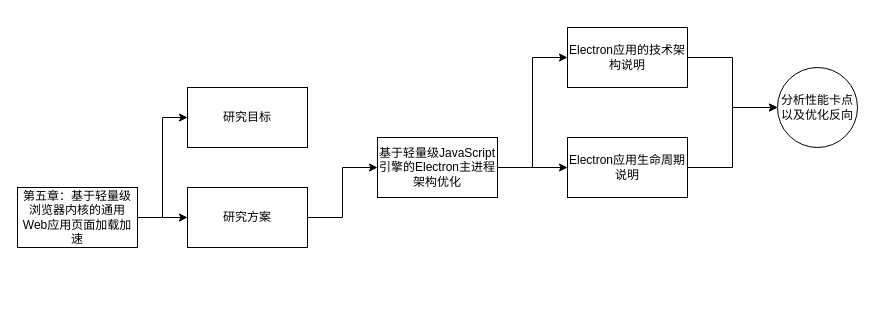
This is 未命名绘图.drawio from yuhaishenedc/drawio, a draw.io file, before an edit. Source tidied: cells renumbered, new cells numbered last; positions are measured from the earlier drawing's top-left corner, leaving out a move shared by most shapes. Both pictures are drawn from the tidied source at 100%, with x=0, y=0 at pixel (17, 27).
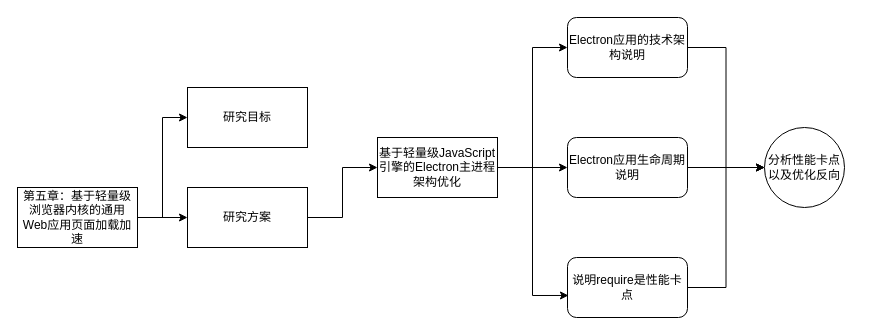
After the change.

Commit message:
更新未命名绘图.drawio

The edit, as a diff of the source:
```diff
@@
 <mxGraphModel>
   <root>
     <mxCell id="0" />
     <mxCell id="1" parent="0" />
     <mxCell id="2" style="edgeStyle=orthogonalEdgeStyle;rounded=0;jettySize=auto;html=1;exitX=1;exitY=0.5;exitDx=0;exitDy=0;" parent="1" edge="1" source="4" target="7">
       <mxGeometry relative="1" as="geometry" />
     </mxCell>
     <mxCell id="3" style="edgeStyle=orthogonalEdgeStyle;rounded=0;jettySize=auto;html=1;exitX=1;exitY=0.5;exitDx=0;exitDy=0;entryX=0;entryY=0.5;entryDx=0;entryDy=0;" parent="1" edge="1" source="4" target="5">
       <mxGeometry relative="1" as="geometry" />
     </mxCell>
     <mxCell id="4" value="第五章：基于轻量级浏览器内核的通用Web应用页面加载加速" style="rounded=0;whiteSpace=wrap;html=1;" parent="1" vertex="1">
       <mxGeometry y="160" width="120" height="60" as="geometry" />
     </mxCell>
     <mxCell id="5" value="研究目标" style="rounded=0;whiteSpace=wrap;html=1;" parent="1" vertex="1">
       <mxGeometry x="170" y="60" width="120" height="60" as="geometry" />
     </mxCell>
     <mxCell id="6" style="edgeStyle=orthogonalEdgeStyle;rounded=0;jettySize=auto;html=1;exitX=1;exitY=0.5;exitDx=0;exitDy=0;entryX=0;entryY=0.5;entryDx=0;entryDy=0;" parent="1" edge="1" source="7" target="10">
       <mxGeometry relative="1" as="geometry" />
     </mxCell>
     <mxCell id="7" value="研究方案" style="rounded=0;whiteSpace=wrap;html=1;" parent="1" vertex="1">
       <mxGeometry x="170" y="160" width="120" height="60" as="geometry" />
     </mxCell>
-    <mxCell id="8" style="edgeStyle=orthogonalEdgeStyle;rounded=0;jettySize=auto;html=1;exitX=1;exitY=0.5;exitDx=0;exitDy=0;entryX=0;entryY=0.5;entryDx=0;entryDy=0;" parent="1" edge="1" source="10" target="12">
+    <mxCell id="8" style="edgeStyle=orthogonalEdgeStyle;rounded=0;jettySize=auto;html=1;entryX=0;entryY=0.5;entryDx=0;entryDy=0;" parent="1" edge="1" source="10" target="12">
       <mxGeometry relative="1" as="geometry" />
     </mxCell>
-    <mxCell id="9" style="edgeStyle=orthogonalEdgeStyle;rounded=0;jettySize=auto;html=1;entryX=0;entryY=0.5;entryDx=0;entryDy=0;" parent="1" edge="1" source="10" target="14">
+    <mxCell id="9" style="edgeStyle=orthogonalEdgeStyle;rounded=0;jettySize=auto;html=1;" parent="1" edge="1" source="10" target="14">
       <mxGeometry relative="1" as="geometry" />
     </mxCell>
     <mxCell id="10" value="基于轻量级JavaScript引擎的Electron主进程架构优化" style="rounded=0;whiteSpace=wrap;html=1;" parent="1" vertex="1">
       <mxGeometry x="360" y="110" width="120" height="60" as="geometry" />
     </mxCell>
+    <mxCell id="15" value="分析性能卡点以及优化反向" style="ellipse;whiteSpace=wrap;html=1;" parent="1" vertex="1">
+      <mxGeometry x="747" y="100" width="80" height="80" as="geometry" />
+    </mxCell>
-    <mxCell id="11" style="edgeStyle=orthogonalEdgeStyle;rounded=0;jettySize=auto;html=1;exitX=1;exitY=0.5;exitDx=0;exitDy=0;" parent="1" edge="1" source="12" target="15">
+    <mxCell id="11" style="edgeStyle=orthogonalEdgeStyle;rounded=0;jettySize=auto;html=1;entryX=0;entryY=0.5;entryDx=0;entryDy=0;" parent="1" edge="1" source="12" target="15">
       <mxGeometry relative="1" as="geometry" />
     </mxCell>
-    <mxCell id="12" value="Electron应用的技术架构说明" style="rounded=0;whiteSpace=wrap;html=1;" parent="1" vertex="1">
-      <mxGeometry x="550" width="120" height="60" as="geometry" />
+    <mxCell id="12" value="Electron应用的技术架构说明" style="rounded=1;whiteSpace=wrap;html=1;" parent="1" vertex="1">
+      <mxGeometry x="550" y="-10" width="120" height="60" as="geometry" />
     </mxCell>
-    <mxCell id="13" style="edgeStyle=orthogonalEdgeStyle;rounded=0;jettySize=auto;html=1;exitX=1;exitY=0.5;exitDx=0;exitDy=0;entryX=0;entryY=0.5;entryDx=0;entryDy=0;" parent="1" edge="1" source="14" target="15">
+    <mxCell id="13" style="edgeStyle=orthogonalEdgeStyle;rounded=0;jettySize=auto;html=1;exitX=1;exitY=0.5;exitDx=0;exitDy=0;" parent="1" edge="1" source="14" target="15">
       <mxGeometry relative="1" as="geometry" />
     </mxCell>
-    <mxCell id="14" value="Electron应用生命周期说明" style="rounded=0;whiteSpace=wrap;html=1;" parent="1" vertex="1">
+    <mxCell id="14" value="Electron应用生命周期说明" style="rounded=1;whiteSpace=wrap;html=1;" parent="1" vertex="1">
       <mxGeometry x="550" y="110" width="120" height="60" as="geometry" />
     </mxCell>
-    <mxCell id="15" value="分析性能卡点以及优化反向" style="ellipse;whiteSpace=wrap;html=1;" parent="1" vertex="1">
-      <mxGeometry x="760" y="40" width="80" height="80" as="geometry" />
-    </mxCell>
+    <mxCell id="16" style="edgeStyle=orthogonalEdgeStyle;rounded=0;jettySize=auto;html=1;entryX=0;entryY=0.5;entryDx=0;entryDy=0;" parent="1" edge="1" source="17" target="15">
+      <mxGeometry relative="1" as="geometry" />
+    </mxCell>
+    <mxCell id="17" value="说明require是性能卡点" style="rounded=1;whiteSpace=wrap;html=1;" parent="1" vertex="1">
+      <mxGeometry x="550" y="230" width="120" height="60" as="geometry" />
+    </mxCell>
+    <mxCell id="18" style="edgeStyle=orthogonalEdgeStyle;rounded=0;jettySize=auto;html=1;exitX=1;exitY=0.5;exitDx=0;exitDy=0;entryX=0.008;entryY=0.633;entryDx=0;entryDy=0;entryPerimeter=0;" parent="1" edge="1" source="10" target="17">
+      <mxGeometry relative="1" as="geometry" />
+    </mxCell>
   </root>
 </mxGraphModel>
```
